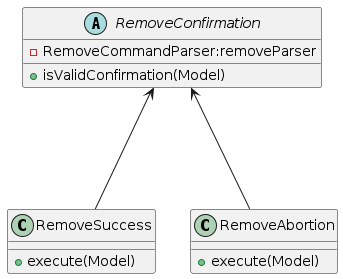
The PlantUML diagram diagrams/RemoveConfirmationClassDiagram.png in smolegz/tp, before a commit. Its source is kept beside it as diagrams/RemoveConfirmationClassDiagram.puml.
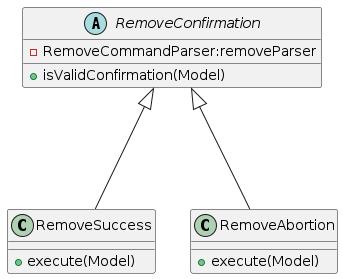
The same file after the commit.

Diff of the diagram source:
```diff
@@ -5,8 +5,8 @@
     +isValidConfirmation(Model)
 }
 
-RemoveConfirmation <--- RemoveSuccess
-RemoveConfirmation <--- RemoveAbortion
+RemoveConfirmation <|--- RemoveSuccess
+RemoveConfirmation <|--- RemoveAbortion
 
 class RemoveSuccess {
     +execute(Model)
@@ -15,4 +15,5 @@
 class RemoveAbortion {
     +execute(Model)
 }
+
 @enduml
```
